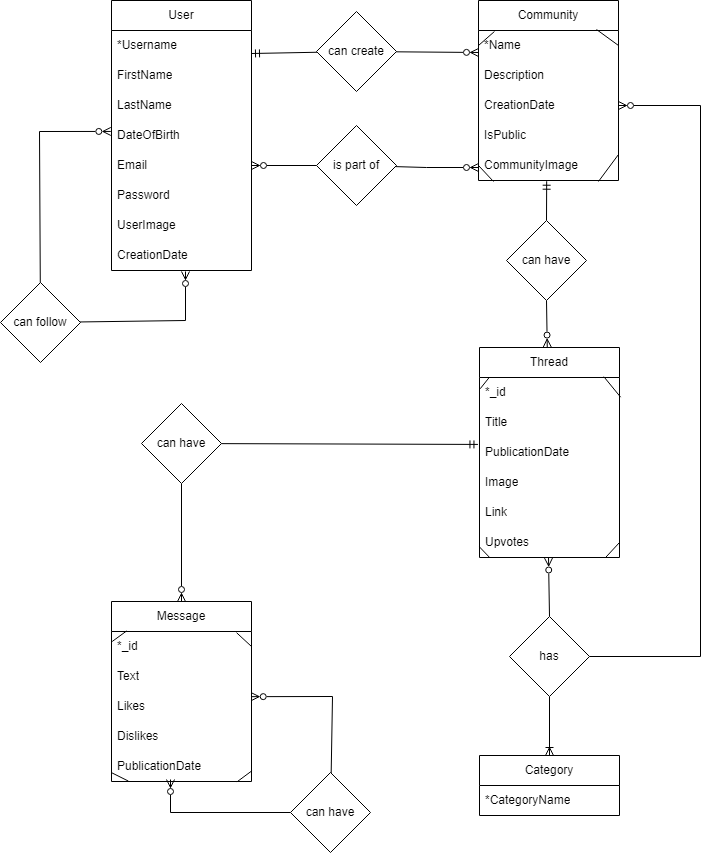
The draw.io diagram apps/riddet-app/src/assets/img/erd.png in mikevandercaaij/riddet-app, before a commit. Source tidied: cells renumbered, new cells last; positions are measured from the earlier drawing's top-left corner, leaving out a move shared by most shapes.
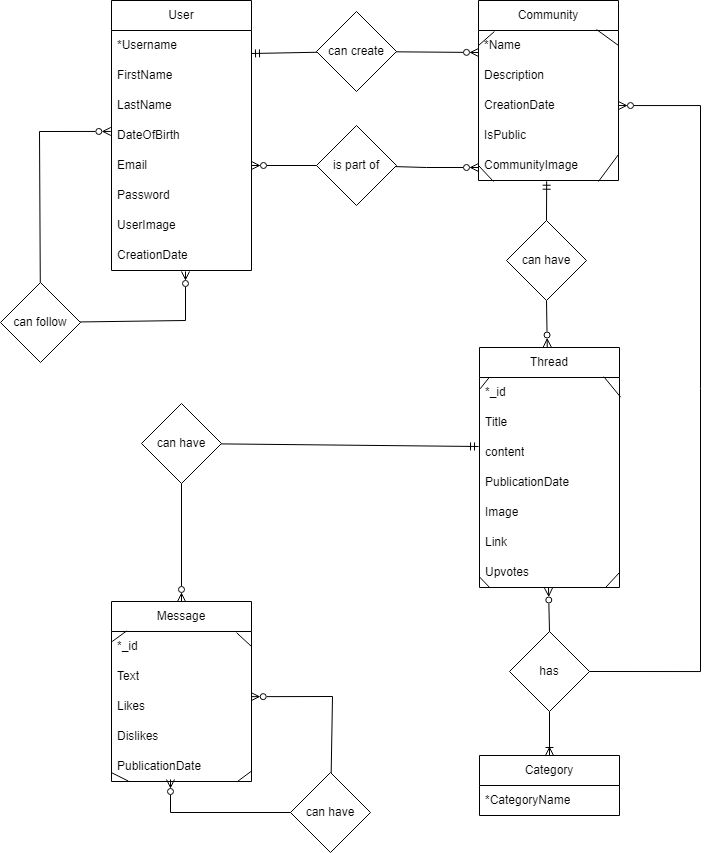
Later version of the same file.

Commit message:
Update about page

Diff of the diagram source:
```diff
@@ -60,7 +60,7 @@
       <mxGeometry y="240" width="140" height="30" as="geometry" />
     </mxCell>
     <mxCell id="21" value="Thread" style="swimlane;fontStyle=0;horizontal=1;startSize=30;whiteSpace=wrap;html=1;" parent="1" vertex="1">
-      <mxGeometry x="479" y="347" width="140" height="210" as="geometry" />
+      <mxGeometry x="479" y="347" width="140" height="240" as="geometry" />
     </mxCell>
     <mxCell id="22" style="endArrow=none;html=1;rounded=0;strokeColor=default;entryX=0.068;entryY=0.007;entryDx=0;entryDy=0;entryPerimeter=0;exitX=0.005;exitY=0.375;exitDx=0;exitDy=0;exitPerimeter=0;" parent="21" edge="1" source="23" target="23">
       <mxGeometry relative="1" as="geometry" />
@@ -71,20 +71,23 @@
     <mxCell id="24" value="Title" style="text;strokeColor=none;fillColor=none;align=left;verticalAlign=middle;spacingLeft=4;spacingRight=4;overflow=hidden;whiteSpace=wrap;html=1;" parent="21" vertex="1">
       <mxGeometry y="60" width="140" height="30" as="geometry" />
     </mxCell>
+    <mxCell id="66" value="content" style="text;strokeColor=none;fillColor=none;align=left;verticalAlign=middle;spacingLeft=4;spacingRight=4;overflow=hidden;points=[[0,0.5],[1,0.5]];portConstraint=eastwest;whiteSpace=wrap;html=1;" parent="21" vertex="1">
+      <mxGeometry y="90" width="140" height="30" as="geometry" />
+    </mxCell>
     <mxCell id="25" value="PublicationDate" style="text;strokeColor=none;fillColor=none;align=left;verticalAlign=middle;spacingLeft=4;spacingRight=4;overflow=hidden;points=[[0,0.5],[1,0.5]];portConstraint=eastwest;whiteSpace=wrap;html=1;" parent="21" vertex="1">
-      <mxGeometry y="90" width="140" height="30" as="geometry" />
+      <mxGeometry y="120" width="140" height="30" as="geometry" />
     </mxCell>
     <mxCell id="26" value="Image" style="text;strokeColor=none;fillColor=none;align=left;verticalAlign=middle;spacingLeft=4;spacingRight=4;overflow=hidden;whiteSpace=wrap;html=1;" parent="21" vertex="1">
-      <mxGeometry y="120" width="140" height="30" as="geometry" />
+      <mxGeometry y="150" width="140" height="30" as="geometry" />
     </mxCell>
     <mxCell id="27" value="Link" style="text;strokeColor=none;fillColor=none;align=left;verticalAlign=middle;spacingLeft=4;spacingRight=4;overflow=hidden;whiteSpace=wrap;html=1;" parent="21" vertex="1">
-      <mxGeometry y="150" width="140" height="30" as="geometry" />
+      <mxGeometry y="180" width="140" height="30" as="geometry" />
     </mxCell>
     <mxCell id="28" style="endArrow=none;html=1;rounded=0;strokeColor=default;entryX=0;entryY=0.648;entryDx=0;entryDy=0;entryPerimeter=0;exitX=0.075;exitY=1.013;exitDx=0;exitDy=0;exitPerimeter=0;" parent="21" edge="1" source="29" target="29">
       <mxGeometry relative="1" as="geometry" />
     </mxCell>
     <mxCell id="29" value="Upvotes" style="text;strokeColor=none;fillColor=none;align=left;verticalAlign=middle;spacingLeft=4;spacingRight=4;overflow=hidden;points=[[0,0.5],[1,0.5]];portConstraint=eastwest;whiteSpace=wrap;html=1;" parent="21" vertex="1">
-      <mxGeometry y="180" width="140" height="30" as="geometry" />
+      <mxGeometry y="210" width="140" height="30" as="geometry" />
     </mxCell>
     <mxCell id="30" style="endArrow=none;html=1;rounded=0;strokeColor=default;entryX=1;entryY=0.5;entryDx=0;entryDy=0;exitX=0.898;exitY=1.013;exitDx=0;exitDy=0;exitPerimeter=0;" parent="21" edge="1" source="29" target="29">
       <mxGeometry relative="1" as="geometry" />
@@ -153,7 +156,7 @@
     <mxCell id="50" value="can have" style="rhombus;whiteSpace=wrap;html=1;" parent="1" vertex="1">
       <mxGeometry x="506" y="220" width="80" height="80" as="geometry" />
     </mxCell>
-    <mxCell id="51" style="edgeStyle=none;rounded=0;jettySize=auto;html=1;entryX=-0.011;entryY=0.231;entryDx=0;entryDy=0;entryPerimeter=0;strokeColor=default;startArrow=none;startFill=0;endArrow=ERmandOne;endFill=0;" parent="1" edge="1" source="53" target="25">
+    <mxCell id="51" style="edgeStyle=none;rounded=0;jettySize=auto;html=1;entryX=-0.007;entryY=0.3;entryDx=0;entryDy=0;entryPerimeter=0;strokeColor=default;startArrow=none;startFill=0;endArrow=ERmandOne;endFill=0;" parent="1" edge="1" source="53" target="66">
       <mxGeometry relative="1" as="geometry" />
     </mxCell>
     <mxCell id="52" style="edgeStyle=none;rounded=0;jettySize=auto;html=1;entryX=0.5;entryY=0;entryDx=0;entryDy=0;strokeColor=default;startArrow=none;startFill=0;endArrow=ERzeroToMany;endFill=0;" parent="1" edge="1" source="53" target="38">
@@ -211,13 +214,13 @@
       <mxGeometry relative="1" as="geometry" />
     </mxCell>
     <mxCell id="64" value="has" style="rhombus;whiteSpace=wrap;html=1;" parent="1" vertex="1">
-      <mxGeometry x="509" y="616" width="80" height="80" as="geometry" />
+      <mxGeometry x="509" y="631" width="80" height="80" as="geometry" />
     </mxCell>
     <mxCell id="65" style="edgeStyle=orthogonalEdgeStyle;rounded=0;jettySize=auto;html=1;entryX=1;entryY=0.5;entryDx=0;entryDy=0;endArrow=none;endFill=0;startArrow=ERzeroToMany;startFill=0;" parent="1" edge="1" source="7" target="64">
       <mxGeometry relative="1" as="geometry">
         <Array as="points">
           <mxPoint x="700" y="105" />
-          <mxPoint x="700" y="656" />
+          <mxPoint x="700" y="671" />
         </Array>
       </mxGeometry>
     </mxCell>
```
